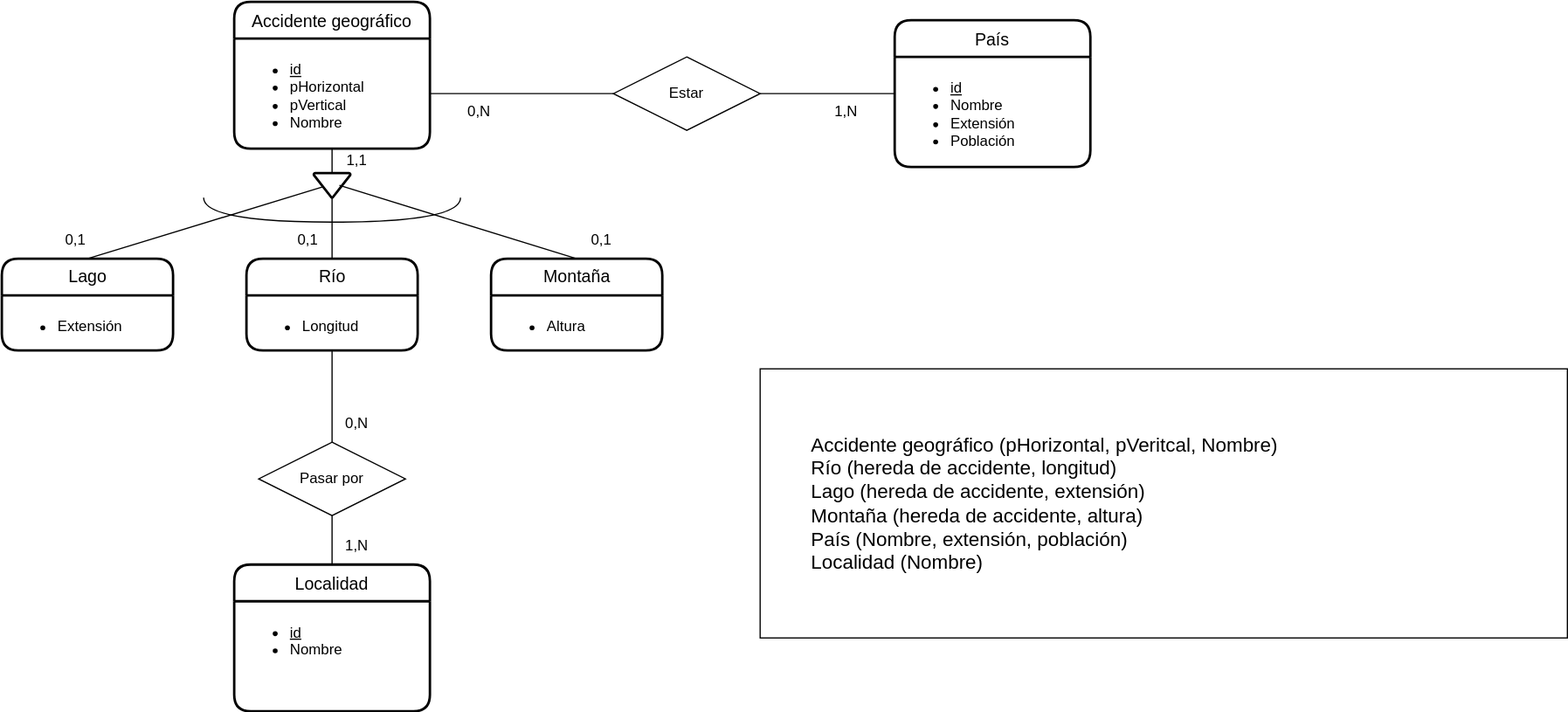
The draw.io diagram UD12-11.svg in Jimxx22/C3-UD11-UML, before a commit. Source tidied: cells renumbered, new cells last; positions are measured from the earlier drawing's top-left corner, leaving out a move shared by most shapes.
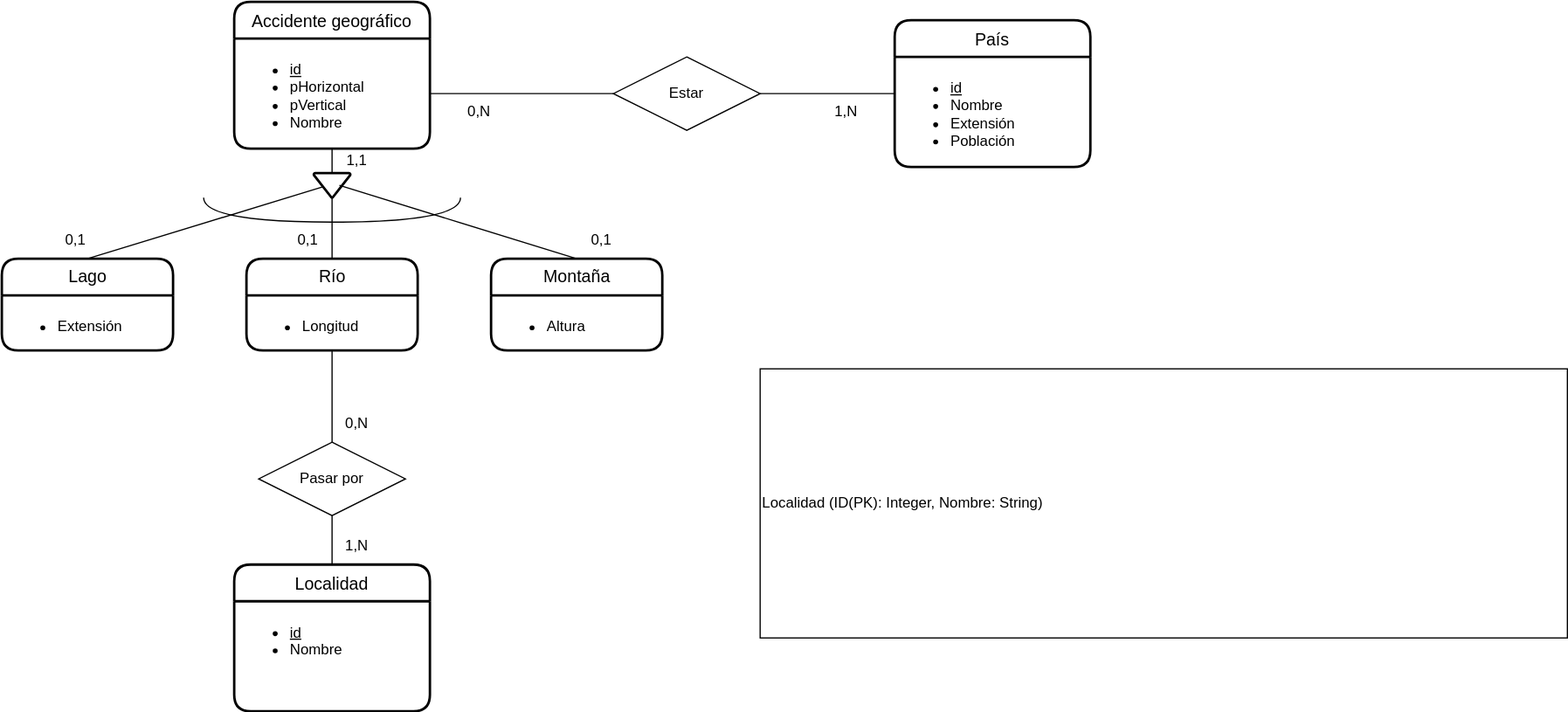
Above is the later version.

The edit, as a diff of the source:
```diff
@@ -107,7 +107,7 @@
     <mxCell id="33" value="&lt;ul&gt;&lt;li&gt;Altura&lt;/li&gt;&lt;/ul&gt;" style="align=left;strokeColor=none;fillColor=none;spacingLeft=4;fontSize=12;verticalAlign=top;html=1;labelBackgroundColor=none;" parent="32" vertex="1">
       <mxGeometry y="30" width="140" height="45" as="geometry" />
     </mxCell>
-    <mxCell id="34" value="&lt;blockquote style=&quot;margin: 0 0 0 40px; border: none; padding: 0px;&quot;&gt;&lt;div style=&quot;font-size: 16px;&quot;&gt;&lt;font style=&quot;font-size: 16px;&quot;&gt;Accidente geográfico (pHorizontal, pVeritcal, Nombre)&lt;/font&gt;&lt;/div&gt;&lt;div style=&quot;font-size: 16px;&quot;&gt;&lt;font style=&quot;font-size: 16px;&quot;&gt;Río (hereda de accidente, longitud)&lt;/font&gt;&lt;/div&gt;&lt;div style=&quot;font-size: 16px;&quot;&gt;&lt;font style=&quot;font-size: 16px;&quot;&gt;Lago (hereda de accidente, extensión)&lt;/font&gt;&lt;/div&gt;&lt;div style=&quot;font-size: 16px;&quot;&gt;&lt;font style=&quot;font-size: 16px;&quot;&gt;Montaña (hereda de accidente, altura)&amp;nbsp;&lt;/font&gt;&lt;/div&gt;&lt;div style=&quot;font-size: 16px;&quot;&gt;&lt;font style=&quot;font-size: 16px;&quot;&gt;País (Nombre, extensión, población)&lt;/font&gt;&lt;/div&gt;&lt;div style=&quot;font-size: 16px;&quot;&gt;&lt;font style=&quot;font-size: 16px;&quot;&gt;Localidad (Nombre)&lt;/font&gt;&lt;/div&gt;&lt;/blockquote&gt;" style="rounded=0;whiteSpace=wrap;html=1;align=left;" parent="1" vertex="1">
+    <mxCell id="34" value="Localidad (ID(PK): Integer, Nombre: String)" style="rounded=0;whiteSpace=wrap;html=1;align=left;" parent="1" vertex="1">
       <mxGeometry x="620" y="300" width="660" height="220" as="geometry" />
     </mxCell>
   </root>
```
